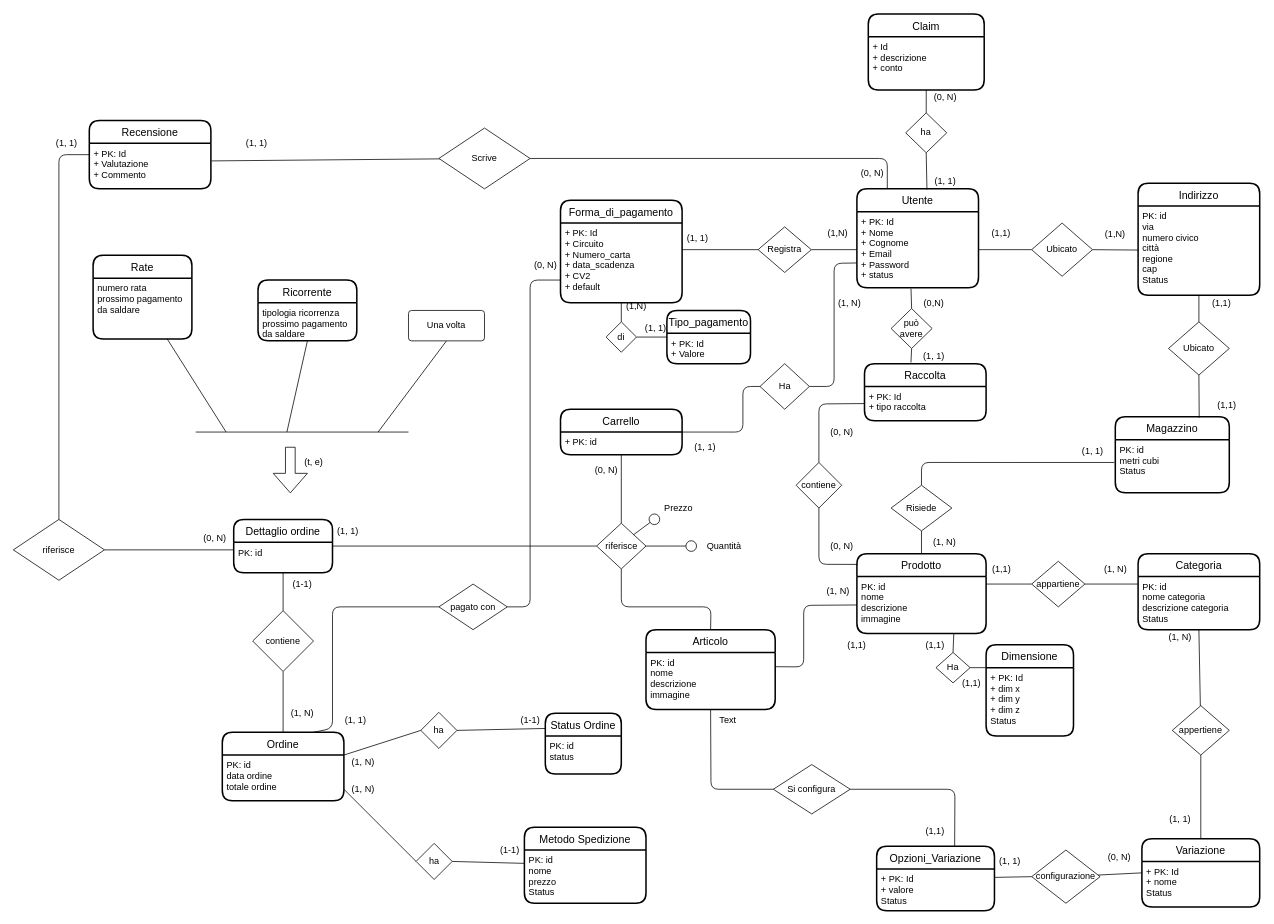
This is doc/schema_concettuale.drawio from EndriDomiUni/E-commerce, a draw.io file, before an edit. Source tidied: cells renumbered, new cells numbered last; positions are measured from the earlier drawing's top-left corner, leaving out a move shared by most shapes. Both pictures are drawn from the tidied source at 76%, with x=0, y=0 at pixel (13, 14).
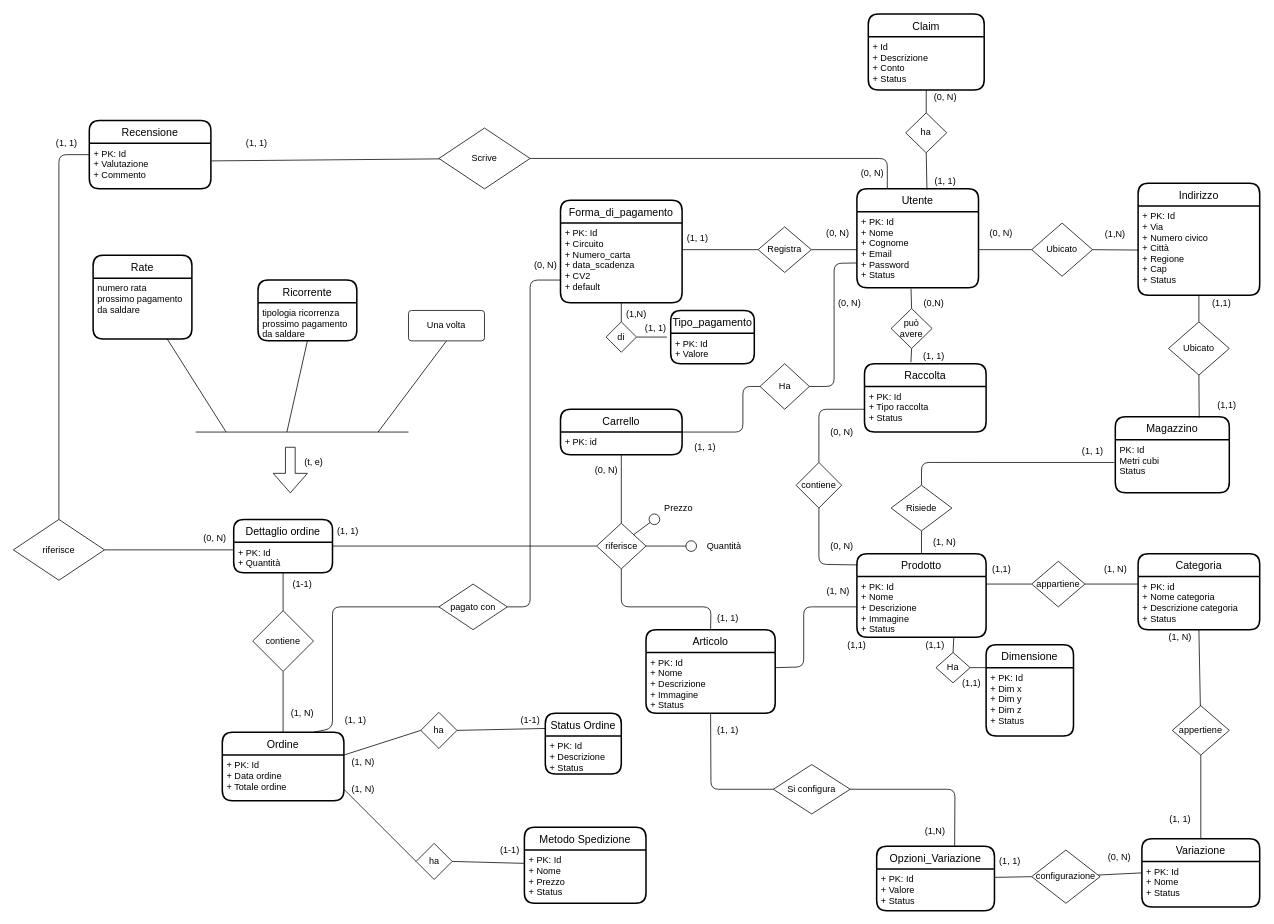
The same page after the edit.

Commit message:
Update schema_concettuale

The change refers to these unchanged cells:
```xml
<mxCell id="3" value="Utente" style="swimlane;horizontal=1;startSize=30;rounded=1;fontSize=14;fontStyle=0;strokeWidth=2;shadow=0;dashed=0;align=center;" parent="1" vertex="1">
  <mxGeometry x="1110" y="230" width="160" height="130" as="geometry" />
</mxCell>
<mxCell id="5" value="Indirizzo" style="swimlane;horizontal=1;startSize=30;rounded=1;fontSize=14;fontStyle=0;strokeWidth=2;shadow=0;dashed=0;align=center;" parent="1" vertex="1">
  <mxGeometry x="1480" y="222.5" width="160" height="147.5" as="geometry" />
</mxCell>
<mxCell id="27" value="Categoria" style="swimlane;horizontal=1;startSize=30;rounded=1;fontSize=14;fontStyle=0;strokeWidth=2;shadow=0;dashed=0;align=center;" parent="1" vertex="1">
  <mxGeometry x="1480" y="710" width="160" height="100" as="geometry" />
</mxCell>
<mxCell id="32" value="Variazione" style="swimlane;horizontal=1;startSize=30;rounded=1;fontSize=14;fontStyle=0;strokeWidth=2;shadow=0;dashed=0;align=center;" parent="1" vertex="1">
  <mxGeometry x="1485" y="1085" width="155" height="90" as="geometry" />
</mxCell>
<mxCell id="38" value="Opzioni_Variazione" style="swimlane;horizontal=1;startSize=30;rounded=1;fontSize=14;fontStyle=0;strokeWidth=2;shadow=0;dashed=0;align=center;" parent="1" vertex="1">
  <mxGeometry x="1136" y="1095" width="155" height="85" as="geometry" />
</mxCell>
<mxCell id="42" value="Magazzino" style="swimlane;horizontal=1;startSize=30;rounded=1;fontSize=14;fontStyle=0;strokeWidth=2;shadow=0;dashed=0;align=center;" parent="1" vertex="1">
  <mxGeometry x="1450" y="530" width="150" height="100" as="geometry" />
</mxCell>
<mxCell id="47" value="Dimensione" style="swimlane;horizontal=1;startSize=30;rounded=1;fontSize=14;fontStyle=0;strokeWidth=2;shadow=0;dashed=0;align=center;" parent="1" vertex="1">
  <mxGeometry x="1280" y="830" width="115" height="120" as="geometry" />
</mxCell>
<mxCell id="64" value="Metodo Spedizione" style="swimlane;horizontal=1;startSize=30;rounded=1;fontSize=14;fontStyle=0;strokeWidth=2;shadow=0;dashed=0;align=center;" parent="1" vertex="1">
  <mxGeometry x="672.5" y="1070" width="160" height="100" as="geometry" />
</mxCell>
<mxCell id="77" value="Claim" style="swimlane;horizontal=1;startSize=30;rounded=1;fontSize=14;fontStyle=0;strokeWidth=2;shadow=0;dashed=0;align=center;" parent="1" vertex="1">
  <mxGeometry x="1125" width="152.5" height="100" as="geometry" />
</mxCell>
<mxCell id="92" value="Ordine" style="swimlane;horizontal=1;startSize=30;rounded=1;fontSize=14;fontStyle=0;strokeWidth=2;shadow=0;dashed=0;align=center;" parent="1" vertex="1">
  <mxGeometry x="275" y="945" width="160" height="90" as="geometry" />
</mxCell>
<mxCell id="103" value="Status Ordine" style="swimlane;horizontal=1;startSize=30;rounded=1;fontSize=14;fontStyle=0;strokeWidth=2;shadow=0;dashed=0;align=center;" parent="1" vertex="1">
  <mxGeometry x="700" y="920" width="100" height="80" as="geometry" />
</mxCell>
<mxCell id="105" value="Dettaglio ordine" style="swimlane;horizontal=1;startSize=30;rounded=1;fontSize=14;fontStyle=0;strokeWidth=2;shadow=0;dashed=0;align=center;" parent="1" vertex="1">
  <mxGeometry x="290" y="665" width="130" height="70" as="geometry" />
</mxCell>
<mxCell id="132" value="contiene" style="rhombus;whiteSpace=wrap;html=1;" parent="1" vertex="1">
  <mxGeometry x="1030" y="590" width="60" height="60" as="geometry" />
</mxCell>
```

Diff of the diagram source:
```diff
@@
-    <mxCell id="4" value="+ PK: Id&#10;+ Nome&#10;+ Cognome&#10;+ Email&#10;+ Password&#10;+ status" style="align=left;strokeColor=none;fillColor=none;spacingLeft=4;fontSize=12;verticalAlign=top;" parent="3" vertex="1">
+    <mxCell id="4" value="+ PK: Id&#10;+ Nome&#10;+ Cognome&#10;+ Email&#10;+ Password&#10;+ Status" style="align=left;strokeColor=none;fillColor=none;spacingLeft=4;fontSize=12;verticalAlign=top;" parent="3" vertex="1">
       <mxGeometry y="30" width="160" height="100" as="geometry" />
     </mxCell>
@@
-    <mxCell id="6" value="PK: id&#10;via&#10;numero civico&#10;città&#10;regione&#10;cap&#10;Status" style="align=left;strokeColor=none;fillColor=none;spacingLeft=4;fontSize=12;verticalAlign=top;" parent="5" vertex="1">
+    <mxCell id="6" value="+ PK: Id&#10;+ Via&#10;+ Numero civico&#10;+ Città&#10;+ Regione&#10;+ Cap&#10;+ Status" style="align=left;strokeColor=none;fillColor=none;spacingLeft=4;fontSize=12;verticalAlign=top;" parent="5" vertex="1">
       <mxGeometry y="30" width="160" height="117.5" as="geometry" />
     </mxCell>
@@
     <mxCell id="12" value="Tipo_pagamento" style="swimlane;horizontal=1;startSize=30;rounded=1;fontSize=14;fontStyle=0;strokeWidth=2;shadow=0;dashed=0;align=center;" parent="1" vertex="1">
-      <mxGeometry x="860" y="390" width="110" height="70" as="geometry" />
+      <mxGeometry x="865" y="390" width="110" height="70" as="geometry" />
     </mxCell>
@@
     <mxCell id="25" value="Prodotto" style="swimlane;horizontal=1;startSize=30;rounded=1;fontSize=14;fontStyle=0;strokeWidth=2;shadow=0;dashed=0;align=center;arcSize=15;" parent="1" vertex="1">
-      <mxGeometry x="1110" y="710" width="170" height="105" as="geometry" />
+      <mxGeometry x="1110" y="710" width="170" height="110" as="geometry" />
     </mxCell>
-    <mxCell id="26" value="PK: id&#10;nome&#10;descrizione&#10;immagine&#10;" style="align=left;strokeColor=none;fillColor=none;spacingLeft=4;fontSize=12;verticalAlign=top;" parent="25" vertex="1">
-      <mxGeometry y="30" width="170" height="75" as="geometry" />
+    <mxCell id="26" value="+ PK: Id&#10;+ Nome&#10;+ Descrizione&#10;+ Immagine&#10;+ Status" style="align=left;strokeColor=none;fillColor=none;spacingLeft=4;fontSize=12;verticalAlign=top;" parent="25" vertex="1">
+      <mxGeometry y="30" width="170" height="80" as="geometry" />
     </mxCell>
@@
-    <mxCell id="28" value="PK: id&#10;nome categoria&#10;descrizione categoria&#10;Status" style="align=left;strokeColor=none;fillColor=none;spacingLeft=4;fontSize=12;verticalAlign=top;" parent="27" vertex="1">
+    <mxCell id="28" value="+ PK: id&#10;+ Nome categoria&#10;+ Descrizione categoria&#10;+ Status" style="align=left;strokeColor=none;fillColor=none;spacingLeft=4;fontSize=12;verticalAlign=top;" parent="27" vertex="1">
       <mxGeometry y="30" width="160" height="70" as="geometry" />
     </mxCell>
@@
-    <mxCell id="33" value="+ PK: Id&#10;+ nome&#10;Status" style="align=left;strokeColor=none;fillColor=none;spacingLeft=4;fontSize=12;verticalAlign=top;" parent="32" vertex="1">
+    <mxCell id="33" value="+ PK: Id&#10;+ Nome&#10;+ Status" style="align=left;strokeColor=none;fillColor=none;spacingLeft=4;fontSize=12;verticalAlign=top;" parent="32" vertex="1">
       <mxGeometry y="30" width="155" height="60" as="geometry" />
     </mxCell>
@@
-    <mxCell id="39" value="+ PK: Id&#10;+ valore&#10;Status&#10;" style="align=left;strokeColor=none;fillColor=none;spacingLeft=4;fontSize=12;verticalAlign=top;" parent="38" vertex="1">
+    <mxCell id="39" value="+ PK: Id&#10;+ Valore&#10;+ Status&#10;" style="align=left;strokeColor=none;fillColor=none;spacingLeft=4;fontSize=12;verticalAlign=top;" parent="38" vertex="1">
       <mxGeometry y="30" width="155" height="55" as="geometry" />
     </mxCell>
@@
-    <mxCell id="43" value="PK: id&#10;metri cubi&#10;Status" style="align=left;strokeColor=none;fillColor=none;spacingLeft=4;fontSize=12;verticalAlign=top;" parent="42" vertex="1">
+    <mxCell id="43" value="PK: Id&#10;Metri cubi&#10;Status" style="align=left;strokeColor=none;fillColor=none;spacingLeft=4;fontSize=12;verticalAlign=top;" parent="42" vertex="1">
       <mxGeometry y="30" width="150" height="70" as="geometry" />
     </mxCell>
@@
-    <mxCell id="48" value="+ PK: Id&#10;+ dim x&#10;+ dim y&#10;+ dim z&#10;Status" style="align=left;strokeColor=none;fillColor=none;spacingLeft=4;fontSize=12;verticalAlign=top;" parent="47" vertex="1">
+    <mxCell id="48" value="+ PK: Id&#10;+ Dim x&#10;+ Dim y&#10;+ Dim z&#10;+ Status" style="align=left;strokeColor=none;fillColor=none;spacingLeft=4;fontSize=12;verticalAlign=top;" parent="47" vertex="1">
       <mxGeometry y="30" width="115" height="90" as="geometry" />
     </mxCell>
@@
     <mxCell id="56" style="edgeStyle=none;html=1;exitX=1;exitY=0.25;exitDx=0;exitDy=0;entryX=0;entryY=0.5;entryDx=0;entryDy=0;startArrow=none;startFill=0;endArrow=none;endFill=0;" parent="1" edge="1" source="160" target="26">
       <mxGeometry relative="1" as="geometry">
         <Array as="points">
           <mxPoint x="1040" y="859" />
-          <mxPoint x="1040" y="778" />
+          <mxPoint x="1040" y="780" />
         </Array>
       </mxGeometry>
     </mxCell>
@@
-    <mxCell id="65" value="PK: id &#10;nome&#10;prezzo&#10;Status" style="align=left;strokeColor=none;fillColor=none;spacingLeft=4;fontSize=12;verticalAlign=top;" parent="64" vertex="1">
+    <mxCell id="65" value="+ PK: Id &#10;+ Nome&#10;+ Prezzo&#10;+ Status" style="align=left;strokeColor=none;fillColor=none;spacingLeft=4;fontSize=12;verticalAlign=top;" parent="64" vertex="1">
       <mxGeometry y="30" width="160" height="70" as="geometry" />
     </mxCell>
@@
-    <mxCell id="76" value="(1,1)" style="text;html=1;strokeColor=none;fillColor=none;align=center;verticalAlign=middle;whiteSpace=wrap;rounded=0;" parent="1" vertex="1">
+    <mxCell id="76" value="(0, N)" style="text;html=1;strokeColor=none;fillColor=none;align=center;verticalAlign=middle;whiteSpace=wrap;rounded=0;" parent="1" vertex="1">
       <mxGeometry x="1270" y="272.5" width="60" height="30" as="geometry" />
     </mxCell>
@@
-    <mxCell id="78" value="+ Id&#10;+ descrizione&#10;+ conto" style="align=left;strokeColor=none;fillColor=none;spacingLeft=4;fontSize=12;verticalAlign=top;" parent="77" vertex="1">
+    <mxCell id="78" value="+ Id&#10;+ Descrizione&#10;+ Conto&#10;+ Status" style="align=left;strokeColor=none;fillColor=none;spacingLeft=4;fontSize=12;verticalAlign=top;" parent="77" vertex="1">
       <mxGeometry y="30" width="152.5" height="70" as="geometry" />
     </mxCell>
@@
-    <mxCell id="93" value="PK: id&#10;data ordine&#10;totale ordine" style="align=left;strokeColor=none;fillColor=none;spacingLeft=4;fontSize=12;verticalAlign=top;" parent="92" vertex="1">
+    <mxCell id="93" value="+ PK: Id&#10;+ Data ordine&#10;+ Totale ordine" style="align=left;strokeColor=none;fillColor=none;spacingLeft=4;fontSize=12;verticalAlign=top;" parent="92" vertex="1">
       <mxGeometry y="30" width="160" height="60" as="geometry" />
     </mxCell>
@@
-    <mxCell id="104" value="PK: id&#10;status&#10;" style="align=left;strokeColor=none;fillColor=none;spacingLeft=4;fontSize=12;verticalAlign=top;" parent="103" vertex="1">
+    <mxCell id="104" value="+ PK: Id&#10;+ Descrizione&#10;+ Status&#10;" style="align=left;strokeColor=none;fillColor=none;spacingLeft=4;fontSize=12;verticalAlign=top;" parent="103" vertex="1">
       <mxGeometry y="30" width="100" height="50" as="geometry" />
     </mxCell>
@@
-    <mxCell id="106" value="PK: id&#10;&#10;&#10;" style="align=left;strokeColor=none;fillColor=none;spacingLeft=4;fontSize=12;verticalAlign=top;" parent="105" vertex="1">
+    <mxCell id="106" value="+ PK: Id&#10;+ Quantità&#10;&#10;" style="align=left;strokeColor=none;fillColor=none;spacingLeft=4;fontSize=12;verticalAlign=top;" parent="105" vertex="1">
       <mxGeometry y="30" width="130" height="40" as="geometry" />
     </mxCell>
@@
-    <mxCell id="120" value="(1,1)" style="text;html=1;strokeColor=none;fillColor=none;align=center;verticalAlign=middle;whiteSpace=wrap;rounded=0;" parent="1" vertex="1">
+    <mxCell id="120" value="(1,N)" style="text;html=1;strokeColor=none;fillColor=none;align=center;verticalAlign=middle;whiteSpace=wrap;rounded=0;" parent="1" vertex="1">
       <mxGeometry x="1183" y="1061.2" width="60" height="30" as="geometry" />
     </mxCell>
-    <mxCell id="121" value="(1, N)" style="text;html=1;align=center;verticalAlign=middle;strokeColor=none;fillColor=none;" parent="1" vertex="1">
-      <mxGeometry x="1075" y="370" width="50" height="20" as="geometry" />
+    <mxCell id="121" value="(0, N)" style="text;html=1;align=center;verticalAlign=middle;strokeColor=none;fillColor=none;" parent="1" vertex="1">
+      <mxGeometry x="1075" y="365" width="50" height="30" as="geometry" />
     </mxCell>
@@
     <mxCell id="126" value="Raccolta" style="swimlane;horizontal=1;startSize=30;rounded=1;fontSize=14;fontStyle=0;strokeWidth=2;shadow=0;dashed=0;align=center;" parent="1" vertex="1">
-      <mxGeometry x="1120" y="460" width="160" height="75" as="geometry" />
+      <mxGeometry x="1120" y="460" width="160" height="90" as="geometry" />
     </mxCell>
-    <mxCell id="127" value="+ PK: Id&#10;+ tipo raccolta" style="align=left;strokeColor=none;fillColor=none;spacingLeft=4;fontSize=12;verticalAlign=top;" parent="126" vertex="1">
-      <mxGeometry y="30" width="160" height="45" as="geometry" />
+    <mxCell id="127" value="+ PK: Id&#10;+ Tipo raccolta&#10;+ Status" style="align=left;strokeColor=none;fillColor=none;spacingLeft=4;fontSize=12;verticalAlign=top;" parent="126" vertex="1">
+      <mxGeometry y="30" width="160" height="60" as="geometry" />
     </mxCell>
@@
     <mxCell id="133" style="edgeStyle=none;html=1;exitX=0;exitY=0.5;exitDx=0;exitDy=0;entryX=0.5;entryY=0;entryDx=0;entryDy=0;startArrow=none;startFill=0;endArrow=none;endFill=0;" parent="1" edge="1" source="127" target="132">
       <mxGeometry relative="1" as="geometry">
         <Array as="points">
-          <mxPoint x="1060" y="513" />
+          <mxPoint x="1060" y="520" />
         </Array>
       </mxGeometry>
     </mxCell>
@@
-    <mxCell id="139" value="(1,N)" style="text;html=1;strokeColor=none;fillColor=none;align=center;verticalAlign=middle;whiteSpace=wrap;rounded=0;" parent="1" vertex="1">
+    <mxCell id="139" value="(0, N)" style="text;html=1;strokeColor=none;fillColor=none;align=center;verticalAlign=middle;whiteSpace=wrap;rounded=0;" parent="1" vertex="1">
       <mxGeometry x="1055" y="272.5" width="60" height="30" as="geometry" />
     </mxCell>
@@
     <mxCell id="143" value="(1,N)" style="text;html=1;strokeColor=none;fillColor=none;align=center;verticalAlign=middle;whiteSpace=wrap;rounded=0;" parent="1" vertex="1">
-      <mxGeometry x="790" y="370" width="60" height="30" as="geometry" />
+      <mxGeometry x="790" y="380" width="60" height="30" as="geometry" />
     </mxCell>
@@
     <mxCell id="159" value="Articolo" style="swimlane;horizontal=1;startSize=30;rounded=1;fontSize=14;fontStyle=0;strokeWidth=2;shadow=0;dashed=0;align=center;arcSize=15;" parent="1" vertex="1">
-      <mxGeometry x="832.5" y="810" width="170" height="105" as="geometry" />
+      <mxGeometry x="832.5" y="810" width="170" height="110" as="geometry" />
     </mxCell>
-    <mxCell id="160" value="PK: id&#10;nome&#10;descrizione&#10;immagine&#10;" style="align=left;strokeColor=none;fillColor=none;spacingLeft=4;fontSize=12;verticalAlign=top;" parent="159" vertex="1">
-      <mxGeometry y="30" width="170" height="75" as="geometry" />
+    <mxCell id="160" value="+ PK: Id&#10;+ Nome&#10;+ Descrizione&#10;+ Immagine&#10;+ Status" style="align=left;strokeColor=none;fillColor=none;spacingLeft=4;fontSize=12;verticalAlign=top;" parent="159" vertex="1">
+      <mxGeometry y="30" width="170" height="80" as="geometry" />
     </mxCell>
@@
-    <mxCell id="163" value="Text" style="text;html=1;align=center;verticalAlign=middle;strokeColor=none;fillColor=none;" parent="1" vertex="1">
-      <mxGeometry x="920" y="918.8" width="40" height="20" as="geometry" />
+    <mxCell id="163" value="(1, 1)" style="text;html=1;align=center;verticalAlign=middle;strokeColor=none;fillColor=none;" parent="1" vertex="1">
+      <mxGeometry x="915" y="927.5" width="50" height="30" as="geometry" />
     </mxCell>
+    <mxCell id="164" value="(1, 1)" style="text;html=1;align=center;verticalAlign=middle;strokeColor=none;fillColor=none;" parent="1" vertex="1">
+      <mxGeometry x="915" y="780" width="50" height="30" as="geometry" />
+    </mxCell>
```
